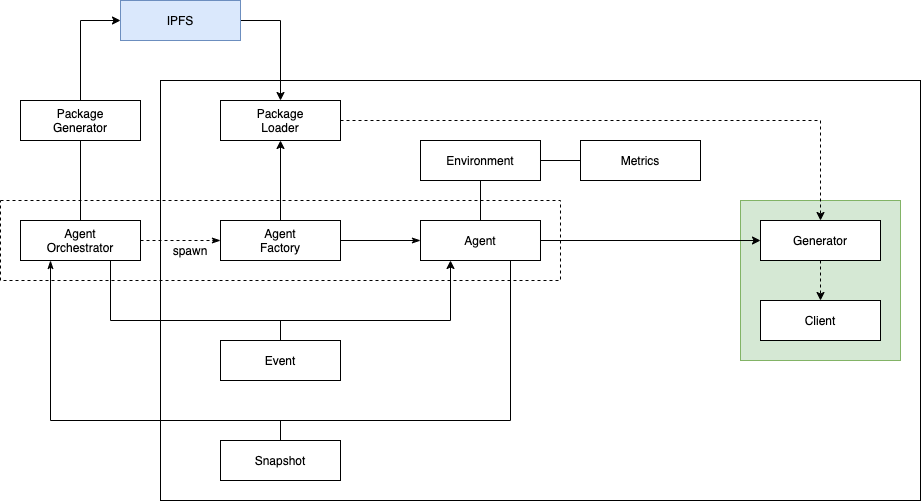
Before: agents.png, a diagram exported from draw.io (dxos/gravity). Source tidied: cells renumbered, new cells last; positions are measured from the earlier drawing's top-left corner, leaving out a move shared by most shapes. Source of this version:
```xml
<mxGraphModel>
  <root>
    <mxCell id="0" />
    <mxCell id="1" parent="0" />
    <mxCell id="2" style="rounded=0;whiteSpace=wrap;html=1;" parent="1" vertex="1">
      <mxGeometry x="160" y="80" width="760" height="420" as="geometry" />
    </mxCell>
    <mxCell id="3" style="rounded=0;whiteSpace=wrap;html=1;fillColor=#d5e8d4;strokeColor=#82b366;" parent="1" vertex="1">
      <mxGeometry x="740" y="200" width="160" height="160" as="geometry" />
    </mxCell>
    <mxCell id="4" style="edgeStyle=orthogonalEdgeStyle;rounded=0;jettySize=auto;html=1;exitX=1;exitY=0.5;exitDx=0;exitDy=0;" parent="1" edge="1" source="32" target="6">
      <mxGeometry relative="1" as="geometry" />
    </mxCell>
    <mxCell id="5" style="edgeStyle=orthogonalEdgeStyle;rounded=0;jettySize=auto;html=1;exitX=0.5;exitY=1;exitDx=0;exitDy=0;entryX=0.5;entryY=0;entryDx=0;entryDy=0;dashed=1;endArrow=classic;endFill=1;" parent="1" edge="1" source="6" target="21">
      <mxGeometry relative="1" as="geometry" />
    </mxCell>
    <mxCell id="6" value="Generator" style="rounded=0;whiteSpace=wrap;html=1;" parent="1" vertex="1">
      <mxGeometry x="760" y="220" width="120" height="40" as="geometry" />
    </mxCell>
    <mxCell id="7" style="edgeStyle=orthogonalEdgeStyle;rounded=0;jettySize=auto;html=1;exitX=1;exitY=0.5;exitDx=0;exitDy=0;entryX=0;entryY=0.5;entryDx=0;entryDy=0;endArrow=none;endFill=0;" parent="1" edge="1" source="8" target="18">
      <mxGeometry relative="1" as="geometry" />
    </mxCell>
    <mxCell id="8" value="Environment" style="rounded=0;whiteSpace=wrap;html=1;" parent="1" vertex="1">
      <mxGeometry x="420" y="140" width="120" height="40" as="geometry" />
    </mxCell>
    <mxCell id="9" style="edgeStyle=orthogonalEdgeStyle;rounded=0;jettySize=auto;html=1;exitX=1;exitY=0.5;exitDx=0;exitDy=0;endArrow=classicThin;endFill=1;" parent="1" edge="1" source="31" target="32">
      <mxGeometry relative="1" as="geometry" />
    </mxCell>
    <mxCell id="10" style="edgeStyle=orthogonalEdgeStyle;rounded=0;jettySize=auto;html=1;exitX=0.5;exitY=0;exitDx=0;exitDy=0;endArrow=classic;endFill=1;" parent="1" edge="1" source="31" target="23">
      <mxGeometry relative="1" as="geometry" />
    </mxCell>
    <mxCell id="11" style="edgeStyle=orthogonalEdgeStyle;rounded=0;jettySize=auto;html=1;exitX=1;exitY=0.5;exitDx=0;exitDy=0;endArrow=classicThin;endFill=1;dashed=1;" parent="1" edge="1" source="30" target="31">
      <mxGeometry relative="1" as="geometry" />
    </mxCell>
    <mxCell id="12" style="edgeStyle=orthogonalEdgeStyle;rounded=0;jettySize=auto;html=1;exitX=0.75;exitY=1;exitDx=0;exitDy=0;entryX=0.25;entryY=1;entryDx=0;entryDy=0;endArrow=classic;endFill=1;" parent="1" edge="1" source="30" target="32">
      <mxGeometry relative="1" as="geometry">
        <Array as="points">
          <mxPoint x="110" y="320" />
          <mxPoint x="450" y="320" />
        </Array>
      </mxGeometry>
    </mxCell>
    <mxCell id="13" style="edgeStyle=orthogonalEdgeStyle;rounded=0;jettySize=auto;html=1;exitX=0.5;exitY=0;exitDx=0;exitDy=0;endArrow=none;endFill=0;" parent="1" edge="1" source="30" target="26">
      <mxGeometry relative="1" as="geometry" />
    </mxCell>
    <mxCell id="14" style="edgeStyle=orthogonalEdgeStyle;rounded=0;jettySize=auto;html=1;exitX=0.75;exitY=1;exitDx=0;exitDy=0;entryX=0.25;entryY=1;entryDx=0;entryDy=0;endArrow=classicThin;endFill=1;" parent="1" edge="1" source="32" target="30">
      <mxGeometry relative="1" as="geometry">
        <Array as="points">
          <mxPoint x="510" y="420" />
          <mxPoint x="50" y="420" />
        </Array>
      </mxGeometry>
    </mxCell>
    <mxCell id="15" style="edgeStyle=orthogonalEdgeStyle;rounded=0;jettySize=auto;html=1;exitX=0.5;exitY=0;exitDx=0;exitDy=0;endArrow=none;endFill=0;" parent="1" edge="1" source="32" target="8">
      <mxGeometry relative="1" as="geometry" />
    </mxCell>
    <mxCell id="16" style="edgeStyle=orthogonalEdgeStyle;rounded=0;jettySize=auto;html=1;exitX=0.5;exitY=0;exitDx=0;exitDy=0;endArrow=none;endFill=0;" parent="1" edge="1" source="17">
      <mxGeometry relative="1" as="geometry">
        <mxPoint x="280" y="320" as="targetPoint" />
      </mxGeometry>
    </mxCell>
    <mxCell id="17" value="Event" style="rounded=0;whiteSpace=wrap;html=1;" parent="1" vertex="1">
      <mxGeometry x="220" y="340" width="120" height="40" as="geometry" />
    </mxCell>
    <mxCell id="18" value="Metrics" style="rounded=0;whiteSpace=wrap;html=1;" parent="1" vertex="1">
      <mxGeometry x="580" y="140" width="120" height="40" as="geometry" />
    </mxCell>
    <mxCell id="19" style="edgeStyle=orthogonalEdgeStyle;rounded=0;jettySize=auto;html=1;exitX=0.5;exitY=0;exitDx=0;exitDy=0;endArrow=none;endFill=0;" parent="1" edge="1" source="20">
      <mxGeometry relative="1" as="geometry">
        <mxPoint x="280" y="420" as="targetPoint" />
      </mxGeometry>
    </mxCell>
    <mxCell id="20" value="Snapshot" style="rounded=0;whiteSpace=wrap;html=1;" parent="1" vertex="1">
      <mxGeometry x="220" y="440" width="120" height="40" as="geometry" />
    </mxCell>
    <mxCell id="21" value="Client" style="rounded=0;whiteSpace=wrap;html=1;" parent="1" vertex="1">
      <mxGeometry x="760" y="300" width="120" height="40" as="geometry" />
    </mxCell>
    <mxCell id="22" style="edgeStyle=orthogonalEdgeStyle;rounded=0;jettySize=auto;html=1;exitX=1;exitY=0.5;exitDx=0;exitDy=0;entryX=0.5;entryY=0;entryDx=0;entryDy=0;dashed=1;endArrow=classic;endFill=1;" parent="1" edge="1" source="23" target="6">
      <mxGeometry relative="1" as="geometry" />
    </mxCell>
    <mxCell id="23" value="Package&lt;br&gt;Loader" style="rounded=0;whiteSpace=wrap;html=1;" parent="1" vertex="1">
      <mxGeometry x="220" y="100" width="120" height="40" as="geometry" />
    </mxCell>
    <mxCell id="24" value="spawn" style="text;html=1;strokeColor=none;fillColor=none;align=center;verticalAlign=middle;whiteSpace=wrap;rounded=0;" parent="1" vertex="1">
      <mxGeometry x="170" y="240" width="40" height="20" as="geometry" />
    </mxCell>
    <mxCell id="25" style="edgeStyle=orthogonalEdgeStyle;rounded=0;jettySize=auto;html=1;exitX=0.5;exitY=0;exitDx=0;exitDy=0;entryX=0;entryY=0.5;entryDx=0;entryDy=0;endArrow=classic;endFill=1;" parent="1" edge="1" source="26" target="28">
      <mxGeometry relative="1" as="geometry" />
    </mxCell>
    <mxCell id="26" value="Package&lt;br&gt;Generator" style="rounded=0;whiteSpace=wrap;html=1;" parent="1" vertex="1">
      <mxGeometry x="20" y="100" width="120" height="40" as="geometry" />
    </mxCell>
    <mxCell id="27" style="edgeStyle=orthogonalEdgeStyle;rounded=0;jettySize=auto;html=1;exitX=1;exitY=0.5;exitDx=0;exitDy=0;entryX=0.5;entryY=0;entryDx=0;entryDy=0;endArrow=classic;endFill=1;" parent="1" edge="1" source="28" target="23">
      <mxGeometry relative="1" as="geometry" />
    </mxCell>
    <mxCell id="28" value="IPFS" style="rounded=0;whiteSpace=wrap;html=1;fillColor=#dae8fc;strokeColor=#6c8ebf;" parent="1" vertex="1">
      <mxGeometry x="120" width="120" height="40" as="geometry" />
    </mxCell>
    <mxCell id="29" style="rounded=0;whiteSpace=wrap;html=1;fillColor=none;dashed=1;" parent="1" vertex="1">
      <mxGeometry y="200" width="560" height="80" as="geometry" />
    </mxCell>
    <mxCell id="30" value="Agent&lt;br&gt;Orchestrator" style="rounded=0;whiteSpace=wrap;html=1;" parent="1" vertex="1">
      <mxGeometry x="20" y="220" width="120" height="40" as="geometry" />
    </mxCell>
    <mxCell id="31" value="Agent&lt;br&gt;Factory" style="rounded=0;whiteSpace=wrap;html=1;" parent="1" vertex="1">
      <mxGeometry x="220" y="220" width="120" height="40" as="geometry" />
    </mxCell>
    <mxCell id="32" value="Agent" style="rounded=0;whiteSpace=wrap;html=1;" parent="1" vertex="1">
      <mxGeometry x="420" y="220" width="120" height="40" as="geometry" />
    </mxCell>
  </root>
</mxGraphModel>
```
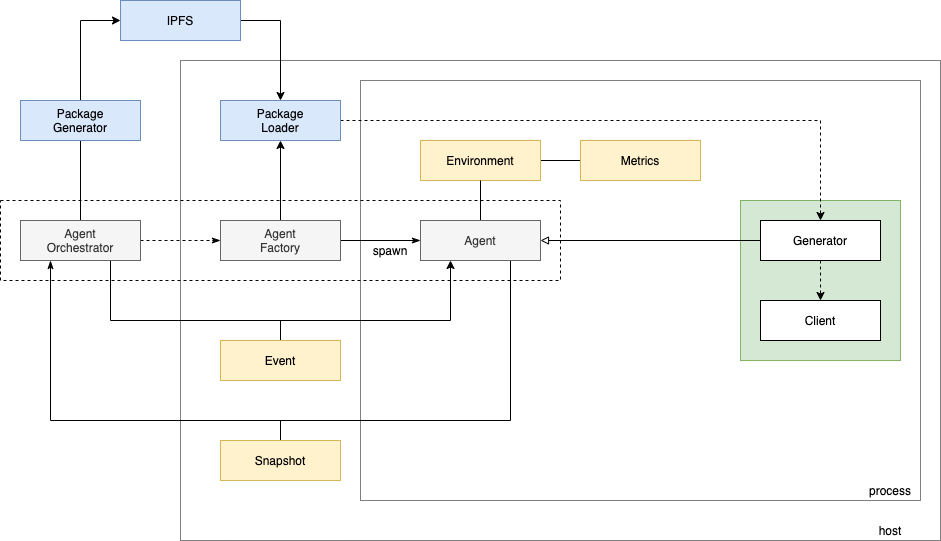
Above is the later version.

Diff of the diagram source:
```diff
@@ -2,13 +2,16 @@
   <root>
     <mxCell id="0" />
     <mxCell id="1" parent="0" />
+    <mxCell id="33" style="rounded=0;whiteSpace=wrap;html=1;dashed=1;dashPattern=1 1;" parent="1" vertex="1">
+      <mxGeometry x="180" y="60" width="760" height="480" as="geometry" />
+    </mxCell>
-    <mxCell id="2" style="rounded=0;whiteSpace=wrap;html=1;" parent="1" vertex="1">
-      <mxGeometry x="160" y="80" width="760" height="420" as="geometry" />
+    <mxCell id="2" style="rounded=0;whiteSpace=wrap;html=1;dashed=1;dashPattern=1 1;" parent="1" vertex="1">
+      <mxGeometry x="360" y="80" width="560" height="420" as="geometry" />
     </mxCell>
     <mxCell id="3" style="rounded=0;whiteSpace=wrap;html=1;fillColor=#d5e8d4;strokeColor=#82b366;" parent="1" vertex="1">
       <mxGeometry x="740" y="200" width="160" height="160" as="geometry" />
     </mxCell>
-    <mxCell id="4" style="edgeStyle=orthogonalEdgeStyle;rounded=0;jettySize=auto;html=1;exitX=1;exitY=0.5;exitDx=0;exitDy=0;" parent="1" edge="1" source="32" target="6">
+    <mxCell id="4" style="edgeStyle=orthogonalEdgeStyle;rounded=0;jettySize=auto;html=1;exitX=1;exitY=0.5;exitDx=0;exitDy=0;endArrow=none;endFill=0;startArrow=block;startFill=0;" parent="1" edge="1" source="32" target="6">
       <mxGeometry relative="1" as="geometry" />
     </mxCell>
     <mxCell id="5" style="edgeStyle=orthogonalEdgeStyle;rounded=0;jettySize=auto;html=1;exitX=0.5;exitY=1;exitDx=0;exitDy=0;entryX=0.5;entryY=0;entryDx=0;entryDy=0;dashed=1;endArrow=classic;endFill=1;" parent="1" edge="1" source="6" target="21">
@@ -20,7 +23,7 @@
     <mxCell id="7" style="edgeStyle=orthogonalEdgeStyle;rounded=0;jettySize=auto;html=1;exitX=1;exitY=0.5;exitDx=0;exitDy=0;entryX=0;entryY=0.5;entryDx=0;entryDy=0;endArrow=none;endFill=0;" parent="1" edge="1" source="8" target="18">
       <mxGeometry relative="1" as="geometry" />
     </mxCell>
-    <mxCell id="8" value="Environment" style="rounded=0;whiteSpace=wrap;html=1;" parent="1" vertex="1">
+    <mxCell id="8" value="Environment" style="rounded=0;whiteSpace=wrap;html=1;fillColor=#fff2cc;strokeColor=#d6b656;" parent="1" vertex="1">
       <mxGeometry x="420" y="140" width="120" height="40" as="geometry" />
     </mxCell>
     <mxCell id="9" style="edgeStyle=orthogonalEdgeStyle;rounded=0;jettySize=auto;html=1;exitX=1;exitY=0.5;exitDx=0;exitDy=0;endArrow=classicThin;endFill=1;" parent="1" edge="1" source="31" target="32">
@@ -59,10 +62,10 @@
         <mxPoint x="280" y="320" as="targetPoint" />
       </mxGeometry>
     </mxCell>
-    <mxCell id="17" value="Event" style="rounded=0;whiteSpace=wrap;html=1;" parent="1" vertex="1">
+    <mxCell id="17" value="Event" style="rounded=0;whiteSpace=wrap;html=1;fillColor=#fff2cc;strokeColor=#d6b656;" parent="1" vertex="1">
       <mxGeometry x="220" y="340" width="120" height="40" as="geometry" />
     </mxCell>
-    <mxCell id="18" value="Metrics" style="rounded=0;whiteSpace=wrap;html=1;" parent="1" vertex="1">
+    <mxCell id="18" value="Metrics" style="rounded=0;whiteSpace=wrap;html=1;fillColor=#fff2cc;strokeColor=#d6b656;" parent="1" vertex="1">
       <mxGeometry x="580" y="140" width="120" height="40" as="geometry" />
     </mxCell>
     <mxCell id="19" style="edgeStyle=orthogonalEdgeStyle;rounded=0;jettySize=auto;html=1;exitX=0.5;exitY=0;exitDx=0;exitDy=0;endArrow=none;endFill=0;" parent="1" edge="1" source="20">
@@ -70,7 +73,7 @@
         <mxPoint x="280" y="420" as="targetPoint" />
       </mxGeometry>
     </mxCell>
-    <mxCell id="20" value="Snapshot" style="rounded=0;whiteSpace=wrap;html=1;" parent="1" vertex="1">
+    <mxCell id="20" value="Snapshot" style="rounded=0;whiteSpace=wrap;html=1;fillColor=#fff2cc;strokeColor=#d6b656;" parent="1" vertex="1">
       <mxGeometry x="220" y="440" width="120" height="40" as="geometry" />
     </mxCell>
     <mxCell id="21" value="Client" style="rounded=0;whiteSpace=wrap;html=1;" parent="1" vertex="1">
@@ -79,16 +82,13 @@
     <mxCell id="22" style="edgeStyle=orthogonalEdgeStyle;rounded=0;jettySize=auto;html=1;exitX=1;exitY=0.5;exitDx=0;exitDy=0;entryX=0.5;entryY=0;entryDx=0;entryDy=0;dashed=1;endArrow=classic;endFill=1;" parent="1" edge="1" source="23" target="6">
       <mxGeometry relative="1" as="geometry" />
     </mxCell>
-    <mxCell id="23" value="Package&lt;br&gt;Loader" style="rounded=0;whiteSpace=wrap;html=1;" parent="1" vertex="1">
+    <mxCell id="23" value="Package&lt;br&gt;Loader" style="rounded=0;whiteSpace=wrap;html=1;fillColor=#dae8fc;strokeColor=#6c8ebf;" parent="1" vertex="1">
       <mxGeometry x="220" y="100" width="120" height="40" as="geometry" />
     </mxCell>
-    <mxCell id="24" value="spawn" style="text;html=1;strokeColor=none;fillColor=none;align=center;verticalAlign=middle;whiteSpace=wrap;rounded=0;" parent="1" vertex="1">
-      <mxGeometry x="170" y="240" width="40" height="20" as="geometry" />
-    </mxCell>
     <mxCell id="25" style="edgeStyle=orthogonalEdgeStyle;rounded=0;jettySize=auto;html=1;exitX=0.5;exitY=0;exitDx=0;exitDy=0;entryX=0;entryY=0.5;entryDx=0;entryDy=0;endArrow=classic;endFill=1;" parent="1" edge="1" source="26" target="28">
       <mxGeometry relative="1" as="geometry" />
     </mxCell>
-    <mxCell id="26" value="Package&lt;br&gt;Generator" style="rounded=0;whiteSpace=wrap;html=1;" parent="1" vertex="1">
+    <mxCell id="26" value="Package&lt;br&gt;Generator" style="rounded=0;whiteSpace=wrap;html=1;fillColor=#dae8fc;strokeColor=#6c8ebf;" parent="1" vertex="1">
       <mxGeometry x="20" y="100" width="120" height="40" as="geometry" />
     </mxCell>
     <mxCell id="27" style="edgeStyle=orthogonalEdgeStyle;rounded=0;jettySize=auto;html=1;exitX=1;exitY=0.5;exitDx=0;exitDy=0;entryX=0.5;entryY=0;entryDx=0;entryDy=0;endArrow=classic;endFill=1;" parent="1" edge="1" source="28" target="23">
@@ -100,14 +100,23 @@
     <mxCell id="29" style="rounded=0;whiteSpace=wrap;html=1;fillColor=none;dashed=1;" parent="1" vertex="1">
       <mxGeometry y="200" width="560" height="80" as="geometry" />
     </mxCell>
-    <mxCell id="30" value="Agent&lt;br&gt;Orchestrator" style="rounded=0;whiteSpace=wrap;html=1;" parent="1" vertex="1">
+    <mxCell id="30" value="Agent&lt;br&gt;Orchestrator" style="rounded=0;whiteSpace=wrap;html=1;fillColor=#f5f5f5;strokeColor=#666666;fontColor=#333333;" parent="1" vertex="1">
       <mxGeometry x="20" y="220" width="120" height="40" as="geometry" />
     </mxCell>
-    <mxCell id="31" value="Agent&lt;br&gt;Factory" style="rounded=0;whiteSpace=wrap;html=1;" parent="1" vertex="1">
+    <mxCell id="31" value="Agent&lt;br&gt;Factory" style="rounded=0;whiteSpace=wrap;html=1;fillColor=#f5f5f5;strokeColor=#666666;fontColor=#333333;" parent="1" vertex="1">
       <mxGeometry x="220" y="220" width="120" height="40" as="geometry" />
     </mxCell>
-    <mxCell id="32" value="Agent" style="rounded=0;whiteSpace=wrap;html=1;" parent="1" vertex="1">
+    <mxCell id="32" value="Agent" style="rounded=0;whiteSpace=wrap;html=1;fillColor=#f5f5f5;strokeColor=#666666;fontColor=#333333;" parent="1" vertex="1">
       <mxGeometry x="420" y="220" width="120" height="40" as="geometry" />
     </mxCell>
+    <mxCell id="24" value="spawn" style="text;html=1;strokeColor=none;fillColor=none;align=center;verticalAlign=middle;whiteSpace=wrap;rounded=0;" parent="1" vertex="1">
+      <mxGeometry x="370" y="240" width="40" height="20" as="geometry" />
+    </mxCell>
+    <mxCell id="34" value="process" style="text;html=1;strokeColor=none;fillColor=none;align=center;verticalAlign=middle;whiteSpace=wrap;rounded=0;" parent="1" vertex="1">
+      <mxGeometry x="870" y="480" width="40" height="20" as="geometry" />
+    </mxCell>
+    <mxCell id="35" value="host" style="text;html=1;strokeColor=none;fillColor=none;align=center;verticalAlign=middle;whiteSpace=wrap;rounded=0;" parent="1" vertex="1">
+      <mxGeometry x="870" y="520" width="40" height="20" as="geometry" />
+    </mxCell>
   </root>
 </mxGraphModel>
```
